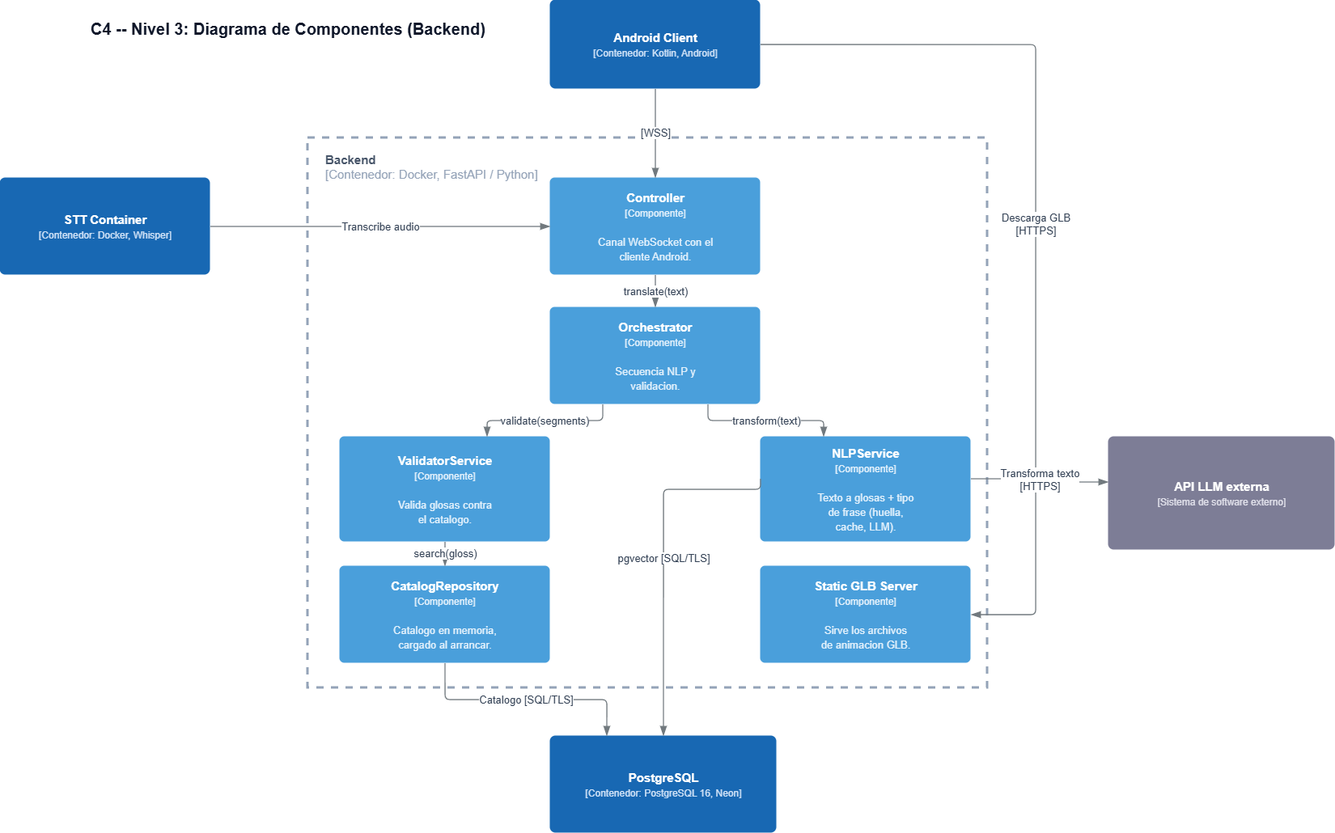
Above: docs/diagrams/sdd-c4-3-componentes-backend.drawio.png in sign-ai-organization/signall-backend (draw.io), before the change. Source tidied: cells renumbered, new cells last; positions are measured from the earlier drawing's top-left corner, leaving out a move shared by most shapes.
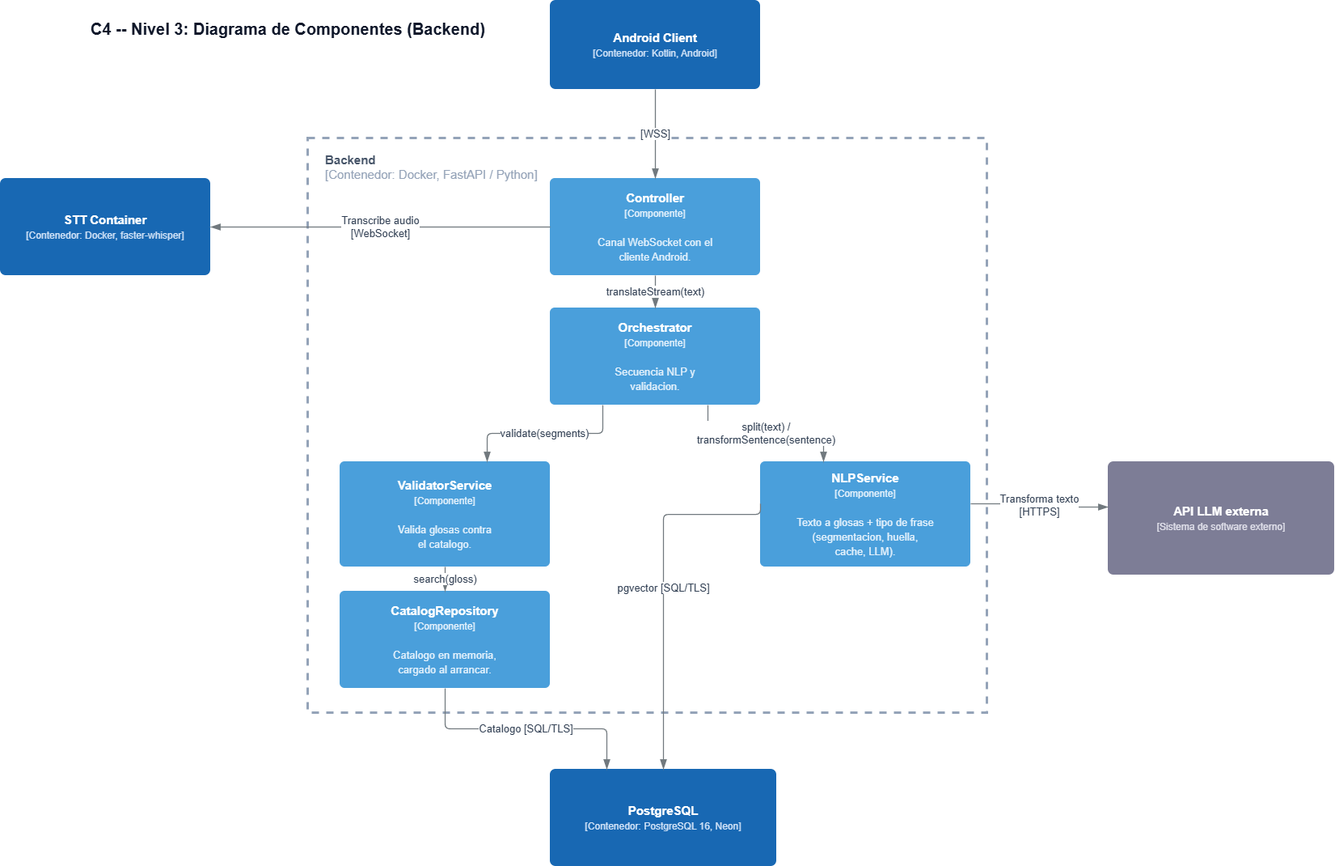
The same file after the commit.

What changed in the source:
```diff
@@ -9,7 +9,7 @@
       <mxGeometry x="680" width="260" height="110" as="geometry" />
     </mxCell>
     <mxCell id="4" style="rounded=0;whiteSpace=wrap;html=1;fillColor=none;strokeColor=#94a3b8;dashed=1;verticalAlign=top;align=left;fontSize=1;strokeWidth=3;" parent="1" vertex="1">
-      <mxGeometry x="380" y="170" width="840" height="680" as="geometry" />
+      <mxGeometry x="380" y="170" width="840" height="710" as="geometry" />
     </mxCell>
     <mxCell id="5" value="&lt;font&gt;Backend&lt;br&gt;&lt;font style=&quot;font-weight: normal; color: rgb(148, 163, 184);&quot;&gt;[Contenedor: Docker, FastAPI / Python]&lt;/font&gt;&lt;/font&gt;" style="text;html=1;align=left;verticalAlign=top;fontSize=15;fontStyle=1;fontColor=#475569;fontFamily=Helvetica;" parent="1" vertex="1">
       <mxGeometry x="400" y="182" width="380" height="45" as="geometry" />
@@ -21,44 +21,33 @@
       <mxGeometry x="680" y="380" width="260" height="120" as="geometry" />
     </mxCell>
     <mxCell id="8" value="&lt;b&gt;ValidatorService&lt;/b&gt;&lt;br&gt;&lt;font style=&quot;font-size:12px;color:#e3f1fc;&quot;&gt;[Componente]&lt;/font&gt;&lt;br&gt;&lt;br&gt;&lt;font style=&quot;font-size:13px;color:#e3f1fc;&quot;&gt;Valida glosas contra&lt;br&gt;el catalogo.&lt;/font&gt;" style="rounded=1;absoluteArcSize=1;arcSize=12;whiteSpace=wrap;html=1;fillColor=#4a9fdb;strokeColor=none;fontColor=#ffffff;align=center;verticalAlign=middle;fontSize=15;spacing=6;fontFamily=Helvetica;" parent="1" vertex="1">
-      <mxGeometry x="420" y="540" width="260" height="130" as="geometry" />
+      <mxGeometry x="420" y="570" width="260" height="130" as="geometry" />
     </mxCell>
     <mxCell id="9" value="&lt;b&gt;CatalogRepository&lt;/b&gt;&lt;br&gt;&lt;font style=&quot;font-size:12px;color:#e3f1fc;&quot;&gt;[Componente]&lt;/font&gt;&lt;br&gt;&lt;br&gt;&lt;font style=&quot;font-size:13px;color:#e3f1fc;&quot;&gt;Catalogo en memoria,&lt;br&gt;cargado al arrancar.&lt;/font&gt;" style="rounded=1;absoluteArcSize=1;arcSize=12;whiteSpace=wrap;html=1;fillColor=#4a9fdb;strokeColor=none;fontColor=#ffffff;align=center;verticalAlign=middle;fontSize=15;spacing=6;fontFamily=Helvetica;" parent="1" vertex="1">
-      <mxGeometry x="420" y="700" width="260" height="120" as="geometry" />
+      <mxGeometry x="420" y="730" width="260" height="120" as="geometry" />
     </mxCell>
-    <mxCell id="10" value="&lt;b&gt;NLPService&lt;/b&gt;&lt;br&gt;&lt;font style=&quot;font-size:12px;color:#e3f1fc;&quot;&gt;[Componente]&lt;/font&gt;&lt;br&gt;&lt;br&gt;&lt;font style=&quot;font-size:13px;color:#e3f1fc;&quot;&gt;Texto a glosas + tipo&lt;br&gt;de frase (huella,&lt;br&gt;cache, LLM).&lt;/font&gt;" style="rounded=1;absoluteArcSize=1;arcSize=12;whiteSpace=wrap;html=1;fillColor=#4a9fdb;strokeColor=none;fontColor=#ffffff;align=center;verticalAlign=middle;fontSize=15;spacing=6;fontFamily=Helvetica;" parent="1" vertex="1">
-      <mxGeometry x="940" y="540" width="260" height="130" as="geometry" />
+    <mxCell id="10" value="&lt;b&gt;NLPService&lt;/b&gt;&lt;br&gt;&lt;font style=&quot;font-size:12px;color:#e3f1fc;&quot;&gt;[Componente]&lt;/font&gt;&lt;br&gt;&lt;br&gt;&lt;font style=&quot;font-size:13px;color:#e3f1fc;&quot;&gt;Texto a glosas + tipo de frase&lt;br&gt;(segmentacion, huella,&lt;br&gt;cache, LLM).&lt;/font&gt;" style="rounded=1;absoluteArcSize=1;arcSize=12;whiteSpace=wrap;html=1;fillColor=#4a9fdb;strokeColor=none;fontColor=#ffffff;align=center;verticalAlign=middle;fontSize=15;spacing=6;fontFamily=Helvetica;" parent="1" vertex="1">
+      <mxGeometry x="940" y="570" width="260" height="130" as="geometry" />
     </mxCell>
-    <mxCell id="11" value="&lt;b&gt;Static GLB Server&lt;/b&gt;&lt;br&gt;&lt;font style=&quot;font-size:12px;color:#e3f1fc;&quot;&gt;[Componente]&lt;/font&gt;&lt;br&gt;&lt;br&gt;&lt;font style=&quot;font-size:13px;color:#e3f1fc;&quot;&gt;Sirve los archivos&lt;br&gt;de animacion GLB.&lt;/font&gt;" style="rounded=1;absoluteArcSize=1;arcSize=12;whiteSpace=wrap;html=1;fillColor=#4a9fdb;strokeColor=none;fontColor=#ffffff;align=center;verticalAlign=middle;fontSize=15;spacing=6;fontFamily=Helvetica;" parent="1" vertex="1">
-      <mxGeometry x="940" y="700" width="260" height="120" as="geometry" />
-    </mxCell>
-    <mxCell id="12" value="&lt;b&gt;STT Container&lt;/b&gt;&lt;br&gt;&lt;font style=&quot;font-size:12px;color:#cfe2f7;&quot;&gt;[Contenedor: Docker, Whisper]&lt;/font&gt;" style="rounded=1;absoluteArcSize=1;arcSize=14;whiteSpace=wrap;html=1;fillColor=#1868b3;strokeColor=none;fontColor=#ffffff;align=center;verticalAlign=middle;fontSize=15;spacing=8;fontFamily=Helvetica;" parent="1" vertex="1">
+    <mxCell id="12" value="&lt;b&gt;STT Container&lt;/b&gt;&lt;br&gt;&lt;font style=&quot;font-size:12px;color:#cfe2f7;&quot;&gt;[Contenedor: Docker, faster-whisper]&lt;/font&gt;" style="rounded=1;absoluteArcSize=1;arcSize=14;whiteSpace=wrap;html=1;fillColor=#1868b3;strokeColor=none;fontColor=#ffffff;align=center;verticalAlign=middle;fontSize=15;spacing=8;fontFamily=Helvetica;" parent="1" vertex="1">
       <mxGeometry y="220" width="260" height="120" as="geometry" />
     </mxCell>
     <mxCell id="13" value="&lt;b&gt;PostgreSQL&lt;/b&gt;&lt;br&gt;&lt;font style=&quot;font-size:12px;color:#cfe2f7;&quot;&gt;[Contenedor: PostgreSQL 16, Neon]&lt;/font&gt;" style="rounded=1;absoluteArcSize=1;arcSize=14;whiteSpace=wrap;html=1;fillColor=#1868b3;strokeColor=none;fontColor=#ffffff;align=center;verticalAlign=middle;fontSize=15;spacing=8;fontFamily=Helvetica;" parent="1" vertex="1">
-      <mxGeometry x="680" y="910" width="280" height="120" as="geometry" />
+      <mxGeometry x="680" y="950" width="280" height="120" as="geometry" />
     </mxCell>
     <mxCell id="14" value="&lt;b&gt;API LLM externa&lt;/b&gt;&lt;br&gt;&lt;font style=&quot;font-size:12px;color:#e0e0ea;&quot;&gt;[Sistema de software externo]&lt;/font&gt;" style="rounded=1;absoluteArcSize=1;arcSize=14;whiteSpace=wrap;html=1;fillColor=#7d7d96;strokeColor=none;fontColor=#ffffff;align=center;verticalAlign=middle;fontSize=15;spacing=8;fontFamily=Helvetica;" parent="1" vertex="1">
-      <mxGeometry x="1370" y="540" width="280" height="140" as="geometry" />
+      <mxGeometry x="1370" y="570" width="280" height="140" as="geometry" />
     </mxCell>
     <mxCell id="15" value="[WSS]" style="edgeStyle=orthogonalEdgeStyle;rounded=1;arcSize=12;html=1;endArrow=blockThin;endFill=1;endSize=9;strokeColor=#71797e;strokeWidth=1.3;fontSize=13;fontColor=#334155;exitX=0.5;exitY=1;exitDx=0;exitDy=0;entryX=0.5;entryY=0;entryDx=0;entryDy=0;" parent="1" edge="1" source="3" target="6">
       <mxGeometry relative="1" as="geometry" />
     </mxCell>
-    <mxCell id="16" value="Descarga GLB&#10;[HTTPS]" style="edgeStyle=orthogonalEdgeStyle;rounded=1;arcSize=12;html=1;endArrow=blockThin;endFill=1;endSize=9;strokeColor=#71797e;strokeWidth=1.3;fontSize=13;fontColor=#334155;exitX=1;exitY=0.5;exitDx=0;exitDy=0;entryX=1;entryY=0.5;entryDx=0;entryDy=0;" parent="1" edge="1" source="3" target="11">
-      <mxGeometry relative="1" as="geometry">
-        <Array as="points">
-          <mxPoint x="1280" y="55" />
-          <mxPoint x="1280" y="760" />
-        </Array>
-      </mxGeometry>
-    </mxCell>
-    <mxCell id="17" value="Transcribe audio" style="edgeStyle=orthogonalEdgeStyle;rounded=1;arcSize=12;html=1;endArrow=blockThin;endFill=1;endSize=9;strokeColor=#71797e;strokeWidth=1.3;fontSize=13;fontColor=#334155;exitX=1;exitY=0.5;exitDx=0;exitDy=0;entryX=0;entryY=0.5;entryDx=0;entryDy=0;" parent="1" edge="1" source="12" target="6">
+    <mxCell id="17" value="Transcribe audio&#10;[WebSocket]" style="edgeStyle=orthogonalEdgeStyle;rounded=1;arcSize=12;html=1;endArrow=blockThin;endFill=1;endSize=9;strokeColor=#71797e;strokeWidth=1.3;fontSize=13;fontColor=#334155;exitX=0;exitY=0.5;exitDx=0;exitDy=0;entryX=1;entryY=0.5;entryDx=0;entryDy=0;" parent="1" edge="1" source="6" target="12">
       <mxGeometry relative="1" as="geometry" />
     </mxCell>
-    <mxCell id="18" value="translate(text)" style="edgeStyle=orthogonalEdgeStyle;rounded=1;arcSize=12;html=1;endArrow=blockThin;endFill=1;endSize=9;strokeColor=#71797e;strokeWidth=1.3;fontSize=13;fontColor=#334155;exitX=0.5;exitY=1;exitDx=0;exitDy=0;entryX=0.5;entryY=0;entryDx=0;entryDy=0;" parent="1" edge="1" source="6" target="7">
+    <mxCell id="18" value="translateStream(text)" style="edgeStyle=orthogonalEdgeStyle;rounded=1;arcSize=12;html=1;endArrow=blockThin;endFill=1;endSize=9;strokeColor=#71797e;strokeWidth=1.3;fontSize=13;fontColor=#334155;exitX=0.5;exitY=1;exitDx=0;exitDy=0;entryX=0.5;entryY=0;entryDx=0;entryDy=0;" parent="1" edge="1" source="6" target="7">
       <mxGeometry relative="1" as="geometry" />
     </mxCell>
-    <mxCell id="19" value="transform(text)" style="edgeStyle=orthogonalEdgeStyle;rounded=1;arcSize=12;html=1;endArrow=blockThin;endFill=1;endSize=9;strokeColor=#71797e;strokeWidth=1.3;fontSize=13;fontColor=#334155;exitX=0.75;exitY=1;exitDx=0;exitDy=0;entryX=0.3;entryY=0;entryDx=0;entryDy=0;" parent="1" edge="1" source="7" target="10">
+    <mxCell id="19" value="split(text) /&#10;transformSentence(sentence)" style="edgeStyle=orthogonalEdgeStyle;rounded=1;arcSize=12;html=1;endArrow=blockThin;endFill=1;endSize=9;strokeColor=#71797e;strokeWidth=1.3;fontSize=13;fontColor=#334155;exitX=0.75;exitY=1;exitDx=0;exitDy=0;entryX=0.3;entryY=0;entryDx=0;entryDy=0;" parent="1" edge="1" source="7" target="10">
       <mxGeometry relative="1" as="geometry" />
     </mxCell>
     <mxCell id="20" value="validate(segments)" style="edgeStyle=orthogonalEdgeStyle;rounded=1;arcSize=12;html=1;endArrow=blockThin;endFill=1;endSize=9;strokeColor=#71797e;strokeWidth=1.3;fontSize=13;fontColor=#334155;exitX=0.25;exitY=1;exitDx=0;exitDy=0;entryX=0.7;entryY=0;entryDx=0;entryDy=0;" parent="1" edge="1" source="7" target="8">
@@ -73,8 +62,8 @@
     <mxCell id="23" value="pgvector [SQL/TLS]" style="edgeStyle=orthogonalEdgeStyle;rounded=1;arcSize=12;html=1;endArrow=blockThin;endFill=1;endSize=9;strokeColor=#71797e;strokeWidth=1.3;fontSize=13;fontColor=#334155;exitX=0;exitY=0.4;exitDx=0;exitDy=0;entryX=0.5;entryY=0;entryDx=0;entryDy=0;" parent="1" edge="1" source="10" target="13">
       <mxGeometry relative="1" as="geometry">
         <Array as="points">
-          <mxPoint x="940.1" y="605.1" />
-          <mxPoint x="820.1" y="605.1" />
+          <mxPoint x="940.1" y="635.1" />
+          <mxPoint x="820.1" y="635.1" />
         </Array>
       </mxGeometry>
     </mxCell>
```
